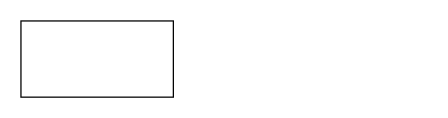
Before: 未命名绘图.drawio in gitpigzhusj/javaRes, a draw.io diagram. Source tidied: cells renumbered, new cells numbered last; positions are measured from the earlier drawing's top-left corner, leaving out a move shared by most shapes. Both pictures are drawn from the tidied source at 127%, with x=0, y=0 at pixel (20, 20).
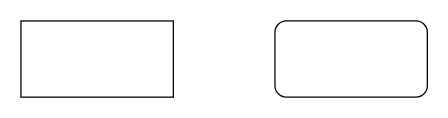
The same diagram, later.

Commit message:
更新未命名绘图.drawio

The edit, as a diff of the source:
```diff
@@
 <mxGraphModel>
   <root>
     <mxCell id="0" />
     <mxCell id="1" parent="0" />
     <mxCell id="2" style="rounded=0;whiteSpace=wrap;html=1;" parent="1" vertex="1">
       <mxGeometry width="120" height="60" as="geometry" />
     </mxCell>
+    <mxCell id="3" style="rounded=1;whiteSpace=wrap;html=1;" parent="1" vertex="1">
+      <mxGeometry x="200" width="120" height="60" as="geometry" />
+    </mxCell>
   </root>
 </mxGraphModel>
```
